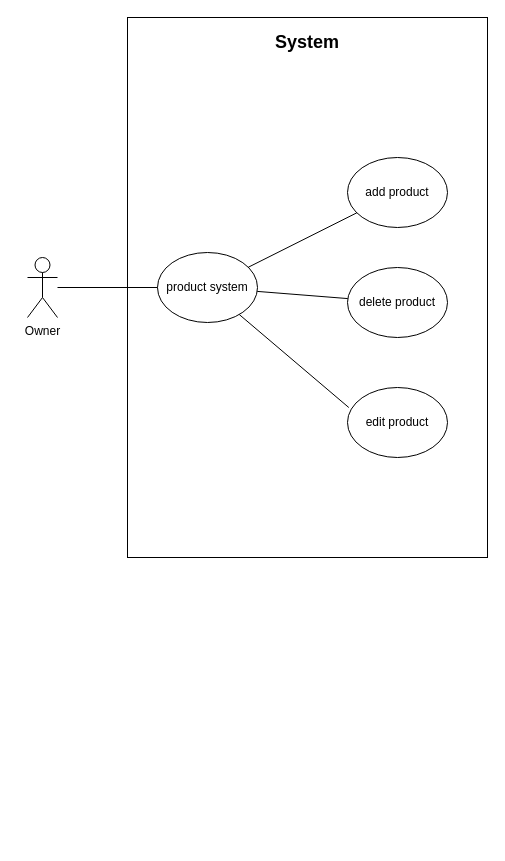
This is use cases/use case 4.1.drawio from LevyIfta/Team-19B-Project, a draw.io file, before an edit. Source tidied: cells renumbered, new cells numbered last; positions are measured from the earlier drawing's top-left corner, leaving out a move shared by most shapes. Both pictures are drawn from the tidied source at 100%, with x=0, y=0 at pixel (27, 17).
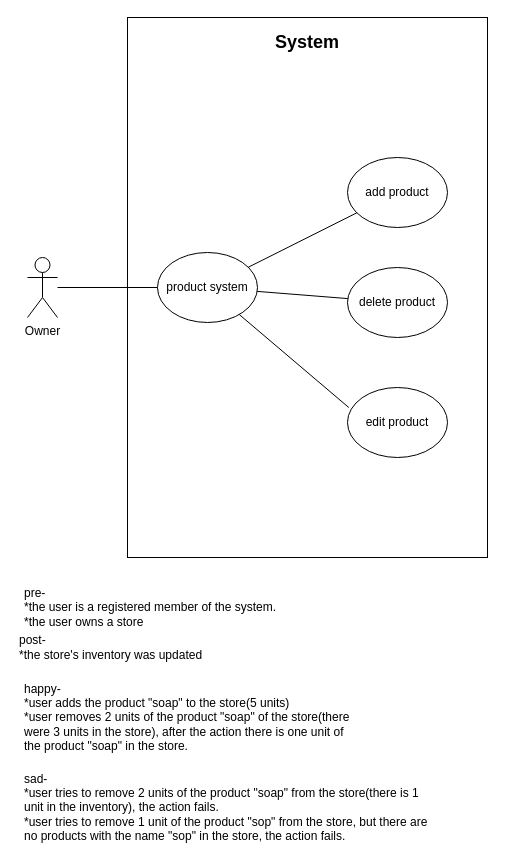
Above is the later version.

Diff of the diagram source:
```diff
@@
 <mxGraphModel>
   <root>
     <mxCell id="0" />
     <mxCell id="1" parent="0" />
     <mxCell id="2" value="Owner" style="shape=umlActor;verticalLabelPosition=bottom;verticalAlign=top;html=1;outlineConnect=0;" parent="1" vertex="1">
       <mxGeometry y="240" width="30" height="60" as="geometry" />
     </mxCell>
     <mxCell id="3" style="rounded=0;whiteSpace=wrap;html=1;" parent="1" vertex="1">
       <mxGeometry x="100" width="360" height="540" as="geometry" />
     </mxCell>
     <mxCell id="4" value="&lt;font style=&quot;font-size: 18px&quot;&gt;&lt;b&gt;System&lt;/b&gt;&lt;/font&gt;" style="text;html=1;strokeColor=none;fillColor=none;align=center;verticalAlign=middle;whiteSpace=wrap;rounded=0;" parent="1" vertex="1">
       <mxGeometry x="250" y="10" width="60" height="30" as="geometry" />
     </mxCell>
     <mxCell id="5" value="product system" style="ellipse;whiteSpace=wrap;html=1;" parent="1" vertex="1">
       <mxGeometry x="130" y="235" width="100" height="70" as="geometry" />
     </mxCell>
     <mxCell id="6" style="endArrow=none;html=1;" parent="1" edge="1" source="2" target="5">
       <mxGeometry relative="1" as="geometry" />
     </mxCell>
     <mxCell id="7" value="add product" style="ellipse;whiteSpace=wrap;html=1;" parent="1" vertex="1">
       <mxGeometry x="320" y="140" width="100" height="70" as="geometry" />
     </mxCell>
     <mxCell id="8" value="delete product" style="ellipse;whiteSpace=wrap;html=1;" parent="1" vertex="1">
       <mxGeometry x="320" y="250" width="100" height="70" as="geometry" />
     </mxCell>
     <mxCell id="9" value="edit product" style="ellipse;whiteSpace=wrap;html=1;" parent="1" vertex="1">
       <mxGeometry x="320" y="370" width="100" height="70" as="geometry" />
     </mxCell>
     <mxCell id="10" style="endArrow=none;html=1;" parent="1" edge="1" source="5" target="7">
       <mxGeometry relative="1" as="geometry" />
     </mxCell>
     <mxCell id="11" style="endArrow=none;html=1;" parent="1" edge="1" source="5" target="8">
       <mxGeometry relative="1" as="geometry" />
     </mxCell>
     <mxCell id="12" style="endArrow=none;html=1;entryX=0.013;entryY=0.286;entryDx=0;entryDy=0;entryPerimeter=0;" parent="1" edge="1" source="5" target="9">
       <mxGeometry relative="1" as="geometry" />
     </mxCell>
+    <mxCell id="13" value="pre-&lt;br&gt;*the user is a registered member of the system.&lt;br&gt;*the user owns a store" style="text;html=1;strokeColor=none;fillColor=none;align=left;verticalAlign=middle;whiteSpace=wrap;rounded=0;" parent="1" vertex="1">
+      <mxGeometry x="-5" y="580" width="435" height="20" as="geometry" />
+    </mxCell>
+    <mxCell id="14" value="post-&lt;br&gt;*the store's inventory was updated" style="text;html=1;strokeColor=none;fillColor=none;align=left;verticalAlign=middle;whiteSpace=wrap;rounded=0;" parent="1" vertex="1">
+      <mxGeometry x="-10" y="620" width="290" height="20" as="geometry" />
+    </mxCell>
+    <mxCell id="15" value="happy-&lt;br&gt;*user adds the product &quot;soap&quot; to the store(5 units)&lt;br&gt;*user removes 2 units of the product &quot;soap&quot; of the store(there were 3 units in the store), after the action there is one unit of the product &quot;soap&quot; in the store.&amp;nbsp;" style="text;html=1;strokeColor=none;fillColor=none;align=left;verticalAlign=middle;whiteSpace=wrap;rounded=0;" parent="1" vertex="1">
+      <mxGeometry x="-5" y="690" width="330" height="20" as="geometry" />
+    </mxCell>
+    <mxCell id="16" value="sad-&lt;br&gt;*user tries to remove 2 units of the product &quot;soap&quot; from the store(there is 1 unit in the inventory), the action fails.&lt;br&gt;*user tries to remove 1 unit of the product &quot;sop&quot; from the store, but there are no products with the name &quot;sop&quot; in the store, the action fails." style="text;html=1;strokeColor=none;fillColor=none;align=left;verticalAlign=middle;whiteSpace=wrap;rounded=0;" parent="1" vertex="1">
+      <mxGeometry x="-5" y="780" width="410" height="20" as="geometry" />
+    </mxCell>
   </root>
 </mxGraphModel>
```
